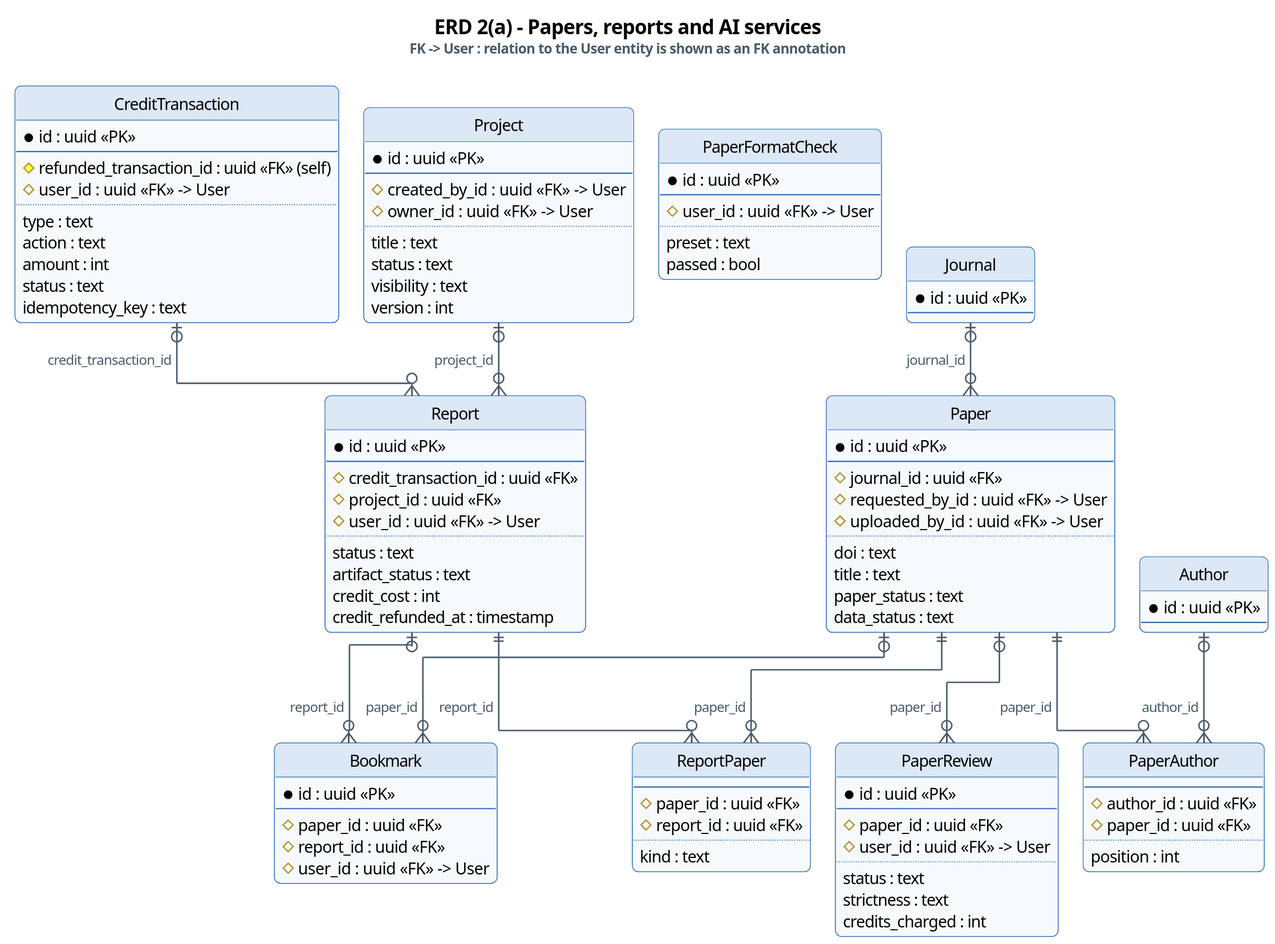
Above: docs/diagrams/report3/R3_ERD2a_Papers_Reports.svg in Khoa-Hoa-Technology-Solution-Company/lumi-gap (PlantUML), before the change.
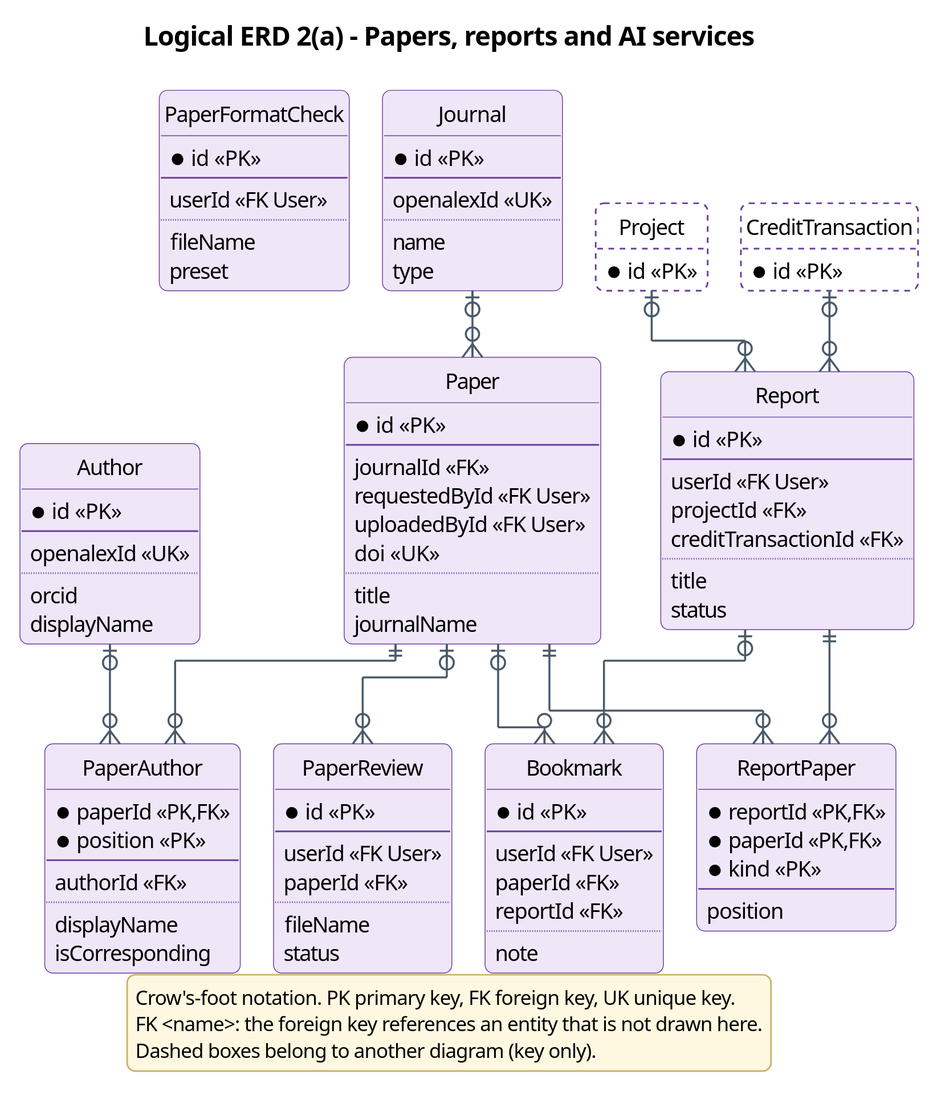
Later version of the same file.

Diff of the diagram source:
```diff
@@ -1,153 +1,128 @@
 @startuml
 !pragma layout elk
-skinparam dpi 150
+skinparam dpi 200
 skinparam defaultFontName "Segoe UI"
 skinparam defaultFontSize 13
 skinparam shadowing false
 skinparam roundCorner 10
+skinparam backgroundColor #FFFFFF
 skinparam ArrowColor #4A5A6A
 skinparam ArrowThickness 1.2
-skinparam BorderColor #2F6DB5
-skinparam BackgroundColor #FFFFFF
+skinparam ArrowFontSize 12
+skinparam ArrowFontColor #4A5A6A
 skinparam TitleFontSize 16
 skinparam TitleFontStyle bold
-skinparam usecase {
-  BackgroundColor #EAF2FB
-  BorderColor #2F6DB5
+skinparam entity {
+  BackgroundColor #EFE6F8
+  BorderColor #6A3FA0
 }
-skinparam actor {
-  BackgroundColor #FFFFFF
-  BorderColor #1B2A3A
+skinparam legend {
+  BackgroundColor #FFF8E1
+  BorderColor #C9B36B
+  FontSize 12
 }
-skinparam entity {
-  BackgroundColor #F7FAFD
-  BorderColor #2F6DB5
-}
-skinparam rectangle {
-  BackgroundColor #F7F9FC
-  BorderColor #2F6DB5
-}
-
+skinparam stereotypeFontSize 10
 hide circle
 hide empty methods
-skinparam ArrowFontSize 11
-skinparam ArrowFontColor #4A5A6A
-skinparam class {
-  BackgroundColor #F7FAFD
-  BorderColor #2F6DB5
-  HeaderBackgroundColor #DCE8F6
+title Logical ERD 2(a) - Papers, reports and AI services
+entity Paper #EFE6F8;line:6A3FA0 {
+  * id <<PK>>
+  --
+  journalId <<FK>>
+  requestedById <<FK User>>
+  uploadedById <<FK User>>
+  doi <<UK>>
+  ..
+  title
+  journalName
 }
-skinparam entity {
-  BackgroundColor #F7FAFD
-  BorderColor #2F6DB5
+entity Author #EFE6F8;line:6A3FA0 {
+  * id <<PK>>
+  --
+  openalexId <<UK>>
+  ..
+  orcid
+  displayName
 }
-skinparam stereotypeFontSize 10
-title
-ERD 2(a) - Papers, reports and AI services
-<size:11><color:#4A5A6A>FK -> User : relation to the User entity is shown as an FK annotation</color></size>
-end title
-entity Paper {
-  * id : uuid <<PK>>
+entity PaperAuthor #EFE6F8;line:6A3FA0 {
+  * paperId <<PK,FK>>
+  * position <<PK>>
   --
-  # journal_id : uuid <<FK>>
-  # requested_by_id : uuid <<FK>> -> User
-  # uploaded_by_id : uuid <<FK>> -> User
+  authorId <<FK>>
   ..
-  doi : text
-  title : text
-  paper_status : text
-  data_status : text
+  displayName
+  isCorresponding
 }
-entity Author {
-  * id : uuid <<PK>>
+entity Journal #EFE6F8;line:6A3FA0 {
+  * id <<PK>>
   --
+  openalexId <<UK>>
+  ..
+  name
+  type
 }
-entity PaperAuthor {
+entity Bookmark #EFE6F8;line:6A3FA0 {
+  * id <<PK>>
   --
-  # author_id : uuid <<FK>>
-  # paper_id : uuid <<FK>>
+  userId <<FK User>>
+  paperId <<FK>>
+  reportId <<FK>>
   ..
-  position : int
+  note
 }
-entity Journal {
-  * id : uuid <<PK>>
+entity Report #EFE6F8;line:6A3FA0 {
+  * id <<PK>>
   --
+  userId <<FK User>>
+  projectId <<FK>>
+  creditTransactionId <<FK>>
+  ..
+  title
+  status
 }
-entity Bookmark {
-  * id : uuid <<PK>>
+entity ReportPaper #EFE6F8;line:6A3FA0 {
+  * reportId <<PK,FK>>
+  * paperId <<PK,FK>>
+  * kind <<PK>>
   --
-  # paper_id : uuid <<FK>>
-  # report_id : uuid <<FK>>
-  # user_id : uuid <<FK>> -> User
+  position
 }
-entity Report {
-  * id : uuid <<PK>>
+entity PaperReview #EFE6F8;line:6A3FA0 {
+  * id <<PK>>
   --
-  # credit_transaction_id : uuid <<FK>>
-  # project_id : uuid <<FK>>
-  # user_id : uuid <<FK>> -> User
+  userId <<FK User>>
+  paperId <<FK>>
   ..
-  status : text
-  artifact_status : text
-  credit_cost : int
-  credit_refunded_at : timestamp
+  fileName
+  status
 }
-entity ReportPaper {
+entity PaperFormatCheck #EFE6F8;line:6A3FA0 {
+  * id <<PK>>
   --
-  # paper_id : uuid <<FK>>
-  # report_id : uuid <<FK>>
+  userId <<FK User>>
   ..
-  kind : text
+  fileName
+  preset
 }
-entity PaperReview {
-  * id : uuid <<PK>>
-  --
-  # paper_id : uuid <<FK>>
-  # user_id : uuid <<FK>> -> User
-  ..
-  status : text
-  strictness : text
-  credits_charged : int
+entity CreditTransaction #FFFFFF;line:6A3FA0;line.dashed {
+  * id <<PK>>
 }
-entity PaperFormatCheck {
-  * id : uuid <<PK>>
-  --
-  # user_id : uuid <<FK>> -> User
-  ..
-  preset : text
-  passed : bool
+entity Project #FFFFFF;line:6A3FA0;line.dashed {
+  * id <<PK>>
 }
-entity CreditTransaction {
-  * id : uuid <<PK>>
-  --
-  # refunded_transaction_id : uuid <<FK>> (self)
-  # user_id : uuid <<FK>> -> User
-  ..
-  type : text
-  action : text
-  amount : int
-  status : text
-  idempotency_key : text
-}
-entity Project {
-  * id : uuid <<PK>>
-  --
-  # created_by_id : uuid <<FK>> -> User
-  # owner_id : uuid <<FK>> -> User
-  ..
-  title : text
-  status : text
-  visibility : text
-  version : int
-}
-Journal |o--o{ Paper : journal_id
-Paper ||--o{ PaperAuthor : paper_id
-Author |o--o{ PaperAuthor : author_id
-Paper |o--o{ PaperReview : paper_id
-Paper |o--o{ Bookmark : paper_id
-Report |o--o{ Bookmark : report_id
-Project |o--o{ Report : project_id
-CreditTransaction |o--o{ Report : credit_transaction_id
-Report ||--o{ ReportPaper : report_id
-Paper ||--o{ ReportPaper : paper_id
+Author |o--o{ PaperAuthor
+CreditTransaction |o--o{ Report
+Journal |o--o{ Paper
+Paper |o--o{ Bookmark
+Paper ||--o{ PaperAuthor
+Paper |o--o{ PaperReview
+Paper ||--o{ ReportPaper
+Project |o--o{ Report
+Report |o--o{ Bookmark
+Report ||--o{ ReportPaper
+legend bottom
+Crow's-foot notation. PK primary key, FK foreign key, UK unique key.
+FK <name>: the foreign key references an entity that is not drawn here.
+Dashed boxes belong to another diagram (key only).
+endlegend
 @enduml
```
